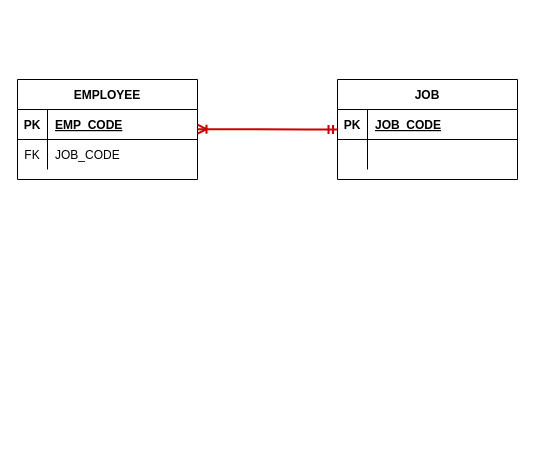
Earlier version of the draw.io diagram ERG3010-A2.drawio (EliWangC/Database-SQL). Source tidied: cells renumbered, new cells numbered last; positions are measured from the earlier drawing's top-left corner, leaving out a move shared by most shapes. Both pictures are drawn from the tidied source at 100%, with x=0, y=0 at pixel (17, 79).
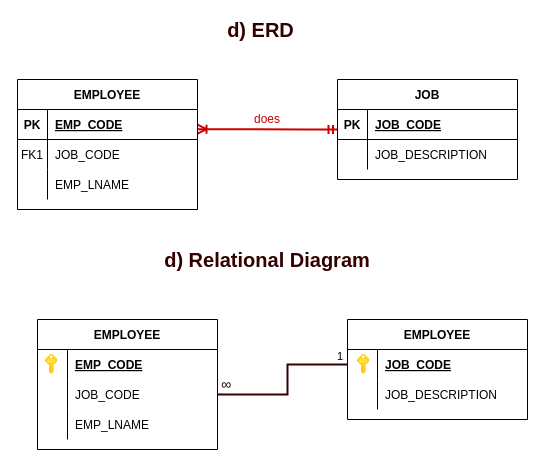
The same diagram, later.

The change refers to these unchanged cells:
```xml
<mxCell id="6" style="shape=partialRectangle;fillColor=none;top=0;left=0;bottom=0;right=0;" parent="2" vertex="1">
  <mxGeometry y="60" width="180" height="30" as="geometry" />
</mxCell>
<mxCell id="9" value="JOB" style="shape=table;startSize=30;childLayout=tableLayout;rowLines=0;fontStyle=1;align=center;" parent="1" vertex="1">
  <mxGeometry x="320" width="180" height="100" as="geometry" />
</mxCell>
<mxCell id="13" style="shape=partialRectangle;fillColor=none;top=0;left=0;bottom=0;right=0;" parent="9" vertex="1">
  <mxGeometry y="60" width="180" height="30" as="geometry" />
</mxCell>
```

The edit, as a diff of the source:
```diff
@@
+    <mxCell id="16" style="edgeStyle=entityRelationEdgeStyle;fontSize=12;html=1;endArrow=ERmandOne;startArrow=ERoneToMany;rounded=0;entryX=0;entryY=0.5;entryDx=0;entryDy=0;strokeColor=#CC0000;strokeWidth=2;" parent="1" edge="1" target="9">
+      <mxGeometry relative="1" as="geometry">
+        <mxPoint x="180" y="49.7" as="sourcePoint" />
+      </mxGeometry>
+    </mxCell>
+    <mxCell id="17" value="does" style="text;html=1;strokeColor=none;fillColor=none;align=center;verticalAlign=middle;whiteSpace=wrap;rounded=0;fontColor=#CC0000;" parent="1" vertex="1">
+      <mxGeometry x="230" y="30" width="40" height="20" as="geometry" />
+    </mxCell>
     <mxCell id="2" value="EMPLOYEE" style="shape=table;startSize=30;childLayout=tableLayout;rowLines=0;fontStyle=1;align=center;" parent="1" vertex="1">
-      <mxGeometry width="180" height="100" as="geometry" />
+      <mxGeometry width="180" height="130" as="geometry" />
     </mxCell>
@@
-    <mxCell id="7" value="FK" style="shape=partialRectangle;fillColor=none;top=0;left=0;bottom=0;right=0;overflow=hidden;" parent="6" vertex="1">
+    <mxCell id="7" value="FK1" style="shape=partialRectangle;fillColor=none;top=0;left=0;bottom=0;right=0;overflow=hidden;" parent="6" vertex="1">
       <mxGeometry width="30" height="30" as="geometry" />
     </mxCell>
@@
+    <mxCell id="18" style="shape=partialRectangle;fillColor=none;top=0;left=0;bottom=0;right=0;" parent="2" vertex="1">
+      <mxGeometry y="90" width="180" height="30" as="geometry" />
+    </mxCell>
+    <mxCell id="19" style="shape=partialRectangle;fillColor=none;top=0;left=0;bottom=0;right=0;overflow=hidden;" parent="18" vertex="1">
+      <mxGeometry width="30" height="30" as="geometry" />
+    </mxCell>
+    <mxCell id="20" value="EMP_LNAME" style="shape=partialRectangle;fillColor=none;top=0;left=0;bottom=0;right=0;align=left;spacingLeft=6;overflow=hidden;verticalAlign=middle;" parent="18" vertex="1">
+      <mxGeometry x="30" width="150" height="30" as="geometry" />
+    </mxCell>
@@
-    <mxCell id="15" style="shape=partialRectangle;fillColor=none;top=0;left=0;bottom=0;right=0;align=left;spacingLeft=6;overflow=hidden;verticalAlign=middle;" parent="13" vertex="1">
+    <mxCell id="15" value="JOB_DESCRIPTION" style="shape=partialRectangle;fillColor=none;top=0;left=0;bottom=0;right=0;align=left;spacingLeft=6;overflow=hidden;verticalAlign=middle;" parent="13" vertex="1">
       <mxGeometry x="30" width="150" height="30" as="geometry" />
     </mxCell>
-    <mxCell id="16" style="edgeStyle=entityRelationEdgeStyle;fontSize=12;html=1;endArrow=ERmandOne;startArrow=ERoneToMany;rounded=0;entryX=0;entryY=0.5;entryDx=0;entryDy=0;strokeColor=#CC0000;strokeWidth=2;" parent="1" edge="1" target="9">
-      <mxGeometry relative="1" as="geometry">
-        <mxPoint x="180" y="49.7" as="sourcePoint" />
-      </mxGeometry>
-    </mxCell>
+    <mxCell id="21" value="d) ERD" style="text;html=1;strokeColor=none;fillColor=none;align=center;verticalAlign=middle;whiteSpace=wrap;rounded=0;fontColor=#330000;fontStyle=1;fontSize=20;" parent="1" vertex="1">
+      <mxGeometry x="200" y="-60" width="87" height="20" as="geometry" />
+    </mxCell>
+    <mxCell id="22" value="d) Relational Diagram" style="text;html=1;strokeColor=none;fillColor=none;align=center;verticalAlign=middle;whiteSpace=wrap;rounded=0;fontColor=#330000;fontStyle=1;fontSize=20;" parent="1" vertex="1">
+      <mxGeometry x="110" y="170" width="280" height="20" as="geometry" />
+    </mxCell>
+    <mxCell id="23" style="shape=partialRectangle;fillColor=none;top=0;left=0;bottom=0;right=0;fontStyle=1;overflow=hidden;" parent="1" vertex="1">
+      <mxGeometry x="180" y="200" width="30" height="30" as="geometry" />
+    </mxCell>
+    <mxCell id="24" value="EMPLOYEE" style="shape=table;startSize=30;childLayout=tableLayout;rowLines=0;fontStyle=1;align=center;" parent="1" vertex="1">
+      <mxGeometry x="20" y="240" width="180" height="130" as="geometry" />
+    </mxCell>
+    <mxCell id="25" style="shape=partialRectangle;fillColor=none;top=0;left=0;bottom=1;right=0;strokeColor=none;" parent="24" vertex="1">
+      <mxGeometry y="30" width="180" height="30" as="geometry" />
+    </mxCell>
+    <mxCell id="26" style="shape=partialRectangle;fillColor=none;top=0;left=0;bottom=0;right=0;fontStyle=1;overflow=hidden;strokeColor=none;" parent="25" vertex="1">
+      <mxGeometry width="30" height="30" as="geometry" />
+    </mxCell>
+    <mxCell id="27" value="EMP_CODE" style="shape=partialRectangle;fillColor=none;top=0;left=0;bottom=0;right=0;align=left;spacingLeft=6;fontStyle=5;overflow=hidden;horizontal=1;strokeColor=none;" parent="25" vertex="1">
+      <mxGeometry x="30" width="150" height="30" as="geometry" />
+    </mxCell>
+    <mxCell id="28" style="shape=partialRectangle;fillColor=none;top=0;left=0;bottom=0;right=0;points=[[0,0.5],[1,0.5]];portConstraint=eastwest;" parent="24" vertex="1">
+      <mxGeometry y="60" width="180" height="30" as="geometry" />
+    </mxCell>
+    <mxCell id="29" style="shape=partialRectangle;fillColor=none;top=0;left=0;bottom=0;right=0;overflow=hidden;strokeColor=none;" parent="28" vertex="1">
+      <mxGeometry width="30" height="30" as="geometry" />
+    </mxCell>
+    <mxCell id="30" value="JOB_CODE" style="shape=partialRectangle;fillColor=none;top=0;left=0;bottom=0;right=0;align=left;spacingLeft=6;overflow=hidden;verticalAlign=middle;strokeColor=none;" parent="28" vertex="1">
+      <mxGeometry x="30" width="150" height="30" as="geometry" />
+    </mxCell>
+    <mxCell id="31" style="shape=partialRectangle;fillColor=none;top=0;left=0;bottom=0;right=0;" parent="24" vertex="1">
+      <mxGeometry y="90" width="180" height="30" as="geometry" />
+    </mxCell>
+    <mxCell id="32" style="shape=partialRectangle;fillColor=none;top=0;left=0;bottom=0;right=0;overflow=hidden;strokeColor=none;" parent="31" vertex="1">
+      <mxGeometry width="30" height="30" as="geometry" />
+    </mxCell>
+    <mxCell id="33" value="EMP_LNAME" style="shape=partialRectangle;fillColor=none;top=0;left=0;bottom=0;right=0;align=left;spacingLeft=6;overflow=hidden;verticalAlign=middle;" parent="31" vertex="1">
+      <mxGeometry x="30" width="150" height="30" as="geometry" />
+    </mxCell>
+    <mxCell id="34" style="html=1;align=center;image;fontSize=12;image=img/lib/mscae/Key.svg;fillColor=none;" parent="1" vertex="1">
+      <mxGeometry x="28" y="275" width="12.4" height="20" as="geometry" />
+    </mxCell>
+    <mxCell id="35" value="EMPLOYEE" style="shape=table;startSize=30;childLayout=tableLayout;rowLines=0;fontStyle=1;align=center;" parent="1" vertex="1">
+      <mxGeometry x="330" y="240" width="180" height="100" as="geometry" />
+    </mxCell>
+    <mxCell id="36" style="shape=partialRectangle;fillColor=none;top=0;left=0;bottom=1;right=0;points=[[0,0.5],[1,0.5]];portConstraint=eastwest;strokeColor=none;" parent="35" vertex="1">
+      <mxGeometry y="30" width="180" height="30" as="geometry" />
+    </mxCell>
+    <mxCell id="37" style="shape=partialRectangle;fillColor=none;top=0;left=0;bottom=0;right=0;fontStyle=1;overflow=hidden;strokeColor=none;" parent="36" vertex="1">
+      <mxGeometry width="30" height="30" as="geometry" />
+    </mxCell>
+    <mxCell id="38" value="JOB_CODE" style="shape=partialRectangle;fillColor=none;top=0;left=0;bottom=0;right=0;align=left;spacingLeft=6;fontStyle=5;overflow=hidden;horizontal=1;strokeColor=none;" parent="36" vertex="1">
+      <mxGeometry x="30" width="150" height="30" as="geometry" />
+    </mxCell>
+    <mxCell id="39" style="shape=partialRectangle;fillColor=none;top=0;left=0;bottom=0;right=0;" parent="35" vertex="1">
+      <mxGeometry y="60" width="180" height="30" as="geometry" />
+    </mxCell>
+    <mxCell id="40" style="shape=partialRectangle;fillColor=none;top=0;left=0;bottom=0;right=0;overflow=hidden;strokeColor=none;" parent="39" vertex="1">
+      <mxGeometry width="30" height="30" as="geometry" />
+    </mxCell>
+    <mxCell id="41" value="JOB_DESCRIPTION" style="shape=partialRectangle;fillColor=none;top=0;left=0;bottom=0;right=0;align=left;spacingLeft=6;overflow=hidden;verticalAlign=middle;strokeColor=none;" parent="39" vertex="1">
+      <mxGeometry x="30" width="150" height="30" as="geometry" />
+    </mxCell>
+    <mxCell id="42" style="html=1;align=center;image;fontSize=12;image=img/lib/mscae/Key.svg;fillColor=none;" parent="1" vertex="1">
+      <mxGeometry x="340" y="275" width="12.4" height="20" as="geometry" />
+    </mxCell>
+    <mxCell id="43" style="endArrow=none;html=1;edgeStyle=orthogonalEdgeStyle;strokeWidth=2;fontSize=20;fontColor=#330000;rounded=0;exitX=1;exitY=0.5;exitDx=0;exitDy=0;entryX=0;entryY=0.5;entryDx=0;entryDy=0;strokeColor=#330000;" parent="1" edge="1" source="28" target="36">
+      <mxGeometry relative="1" as="geometry">
+        <Array as="points">
+          <mxPoint x="270" y="315" />
+          <mxPoint x="270" y="285" />
+        </Array>
+      </mxGeometry>
+    </mxCell>
+    <mxCell id="44" value="∞" style="edgeLabel;html=1;align=left;verticalAlign=bottom;fontColor=#330000;fontSize=14;" parent="43" vertex="1">
+      <mxGeometry x="-1" relative="1" as="geometry">
+        <mxPoint x="2" as="offset" />
+      </mxGeometry>
+    </mxCell>
+    <mxCell id="45" value="1" style="edgeLabel;html=1;align=right;verticalAlign=bottom;" parent="43" vertex="1">
+      <mxGeometry x="1" relative="1" as="geometry">
+        <mxPoint x="-4" as="offset" />
+      </mxGeometry>
+    </mxCell>
```
